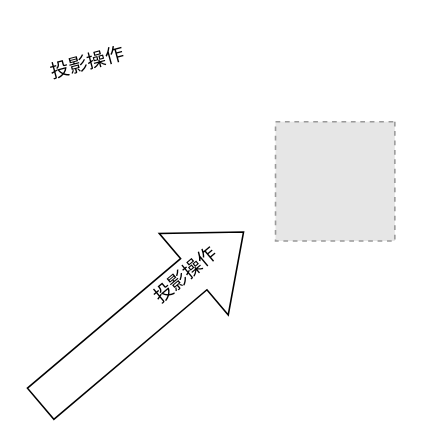
This is Wechat1.drawio from LanxinHe/CHEMP_figs, a draw.io file, before an edit. Source tidied: cells renumbered, new cells numbered last; positions are measured from the earlier drawing's top-left corner, leaving out a move shared by most shapes. Both pictures are drawn from the tidied source at 157%, with x=0, y=0 at pixel (31, 39). Pictures stored in the file or linked from it are replaced by grey dashed boxes.
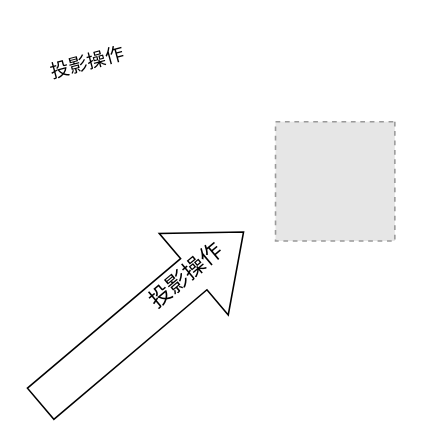
After the change.

Commit message (it also covers changes not shown here):
Mettre à jour Wechat1.drawio

The edit, as a diff of the source:
```diff
@@
 <mxGraphModel>
   <root>
     <mxCell id="0" />
     <mxCell id="1" parent="0" />
     <mxCell id="2" style="fillColor=#E6E6E6;strokeColor=#999999;dashed=1;verticalLabelPosition=bottom;labelBackgroundColor=default;verticalAlign=top;rotation=90;" parent="1" vertex="1">
       <mxGeometry x="155" y="52" width="76" height="76" as="geometry" />
     </mxCell>
     <mxCell id="3" style="shape=flexArrow;endArrow=classic;html=1;rounded=0;endWidth=41;endSize=13.51;width=26;" parent="1" edge="1">
       <mxGeometry relative="1" as="geometry">
         <mxPoint x="5" y="232" as="sourcePoint" />
         <mxPoint x="135" y="122" as="targetPoint" />
       </mxGeometry>
     </mxCell>
     <mxCell id="4" value="投影操作" style="text;html=1;align=center;verticalAlign=middle;strokeColor=none;fillColor=none;rotation=-15;" parent="1" vertex="1">
       <mxGeometry width="70" height="30" as="geometry" />
     </mxCell>
-    <mxCell id="5" value="投影操作" style="text;html=1;align=center;verticalAlign=middle;whiteSpace=wrap;rounded=0;fillColor=none;strokeColor=none;rotation=-40;" parent="1" vertex="1">
+    <mxCell id="5" value="&lt;font style=&quot;font-size: 14px;&quot;&gt;投影操作&lt;/font&gt;" style="text;html=1;align=center;verticalAlign=middle;whiteSpace=wrap;rounded=0;fillColor=none;strokeColor=none;rotation=-40;" parent="1" vertex="1">
       <mxGeometry x="68" y="135" width="60" height="30" as="geometry" />
     </mxCell>
   </root>
 </mxGraphModel>
```
